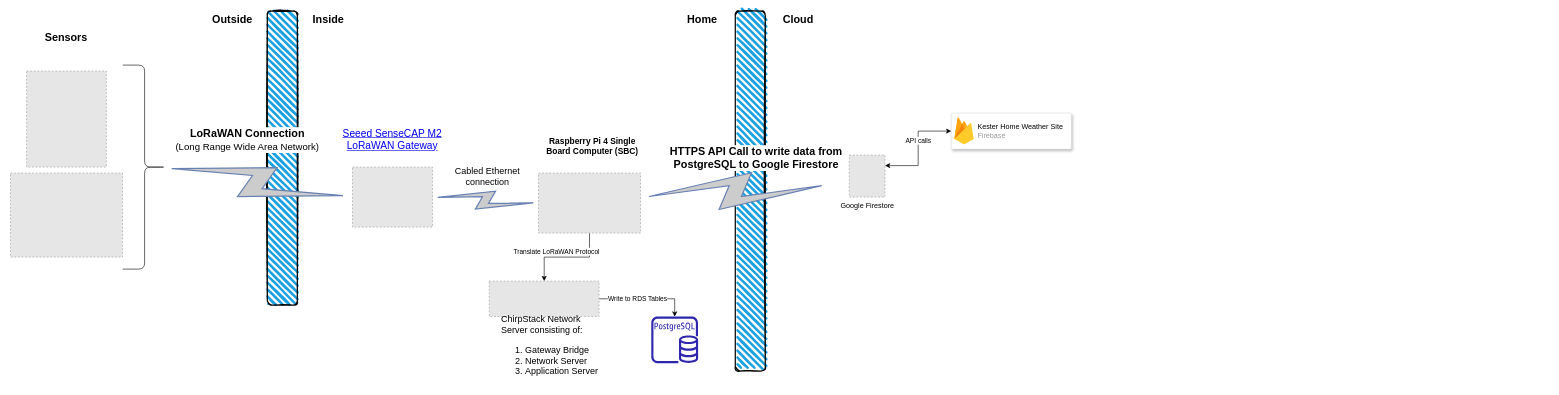
Earlier version of the draw.io diagram page "Seeed Solution" (1 of 2) of diagrams/HomeWeatherStation.drawio (nkester/Kester-Weather-Station). Source tidied: cells renumbered, new cells numbered last; positions are measured from the earlier drawing's top-left corner, leaving out a move shared by most shapes. Both pictures are drawn from the tidied source at 60%, with x=0, y=0 at pixel (10, 11). Pictures stored in the file or linked from it are replaced by grey dashed boxes.
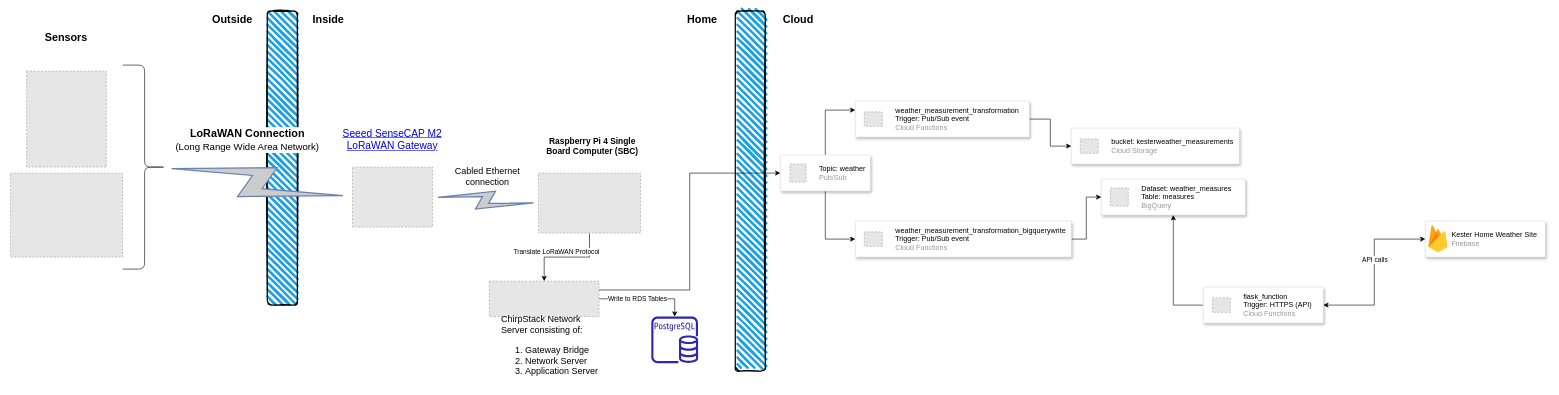
The same diagram, later.

Commit message:
Update diagram with initial GCP connections

Unchanged cells that the change refers to:
```xml
<mxCell id="25" style="fillColor=#E6E6E6;strokeColor=#999999;dashed=1;verticalLabelPosition=bottom;verticalAlign=top;" parent="24" vertex="1">
  <mxGeometry width="183" height="59" as="geometry" />
</mxCell>
```

The edit, as a diff of the source:
```diff
@@
-    <mxCell id="27" style="edgeStyle=orthogonalEdgeStyle;rounded=0;jettySize=auto;html=1;exitX=1;exitY=0.25;exitDx=0;exitDy=0;entryX=0;entryY=0.5;entryDx=0;entryDy=0;startArrow=classic;startFill=1;" parent="1" edge="1" source="29" target="35">
+    <mxCell id="27" style="edgeStyle=orthogonalEdgeStyle;rounded=0;jettySize=auto;html=1;entryX=0;entryY=0.5;entryDx=0;entryDy=0;startArrow=classic;startFill=1;exitX=1;exitY=0.5;exitDx=0;exitDy=0;" parent="1" edge="1" source="53" target="35">
       <mxGeometry relative="1" as="geometry" />
     </mxCell>
@@
-    <mxCell id="29" value="Google Firestore" style="fillColor=#E6E6E6;strokeColor=#999999;dashed=1;html=1;verticalLabelPosition=bottom;labelBackgroundColor=#ffffff;verticalAlign=top;" parent="1" vertex="1">
-      <mxGeometry x="1398" y="240" width="59.5" height="70" as="geometry" />
-    </mxCell>
@@
-    <mxCell id="33" style="html=1;outlineConnect=0;fillColor=#CCCCCC;strokeColor=#6881B3;gradientColor=none;gradientDirection=north;strokeWidth=2;shape=mxgraph.networks.comm_link_edge;html=1;rounded=0;exitX=0.1;exitY=0.5;exitDx=0;exitDy=0;exitPerimeter=0;" parent="1" edge="1">
-      <mxGeometry relative="1" as="geometry">
-        <mxPoint x="1048" y="310" as="sourcePoint" />
-        <mxPoint x="1368" y="290" as="targetPoint" />
-      </mxGeometry>
-    </mxCell>
-    <mxCell id="34" value="HTTPS API Call to write data from PostgreSQL to Google Firestore" style="text;html=1;strokeColor=none;fillColor=none;align=center;verticalAlign=middle;whiteSpace=wrap;rounded=0;fontSize=18;fontStyle=1;labelBackgroundColor=default;" parent="1" vertex="1">
-      <mxGeometry x="1098" y="230" width="290" height="30" as="geometry" />
-    </mxCell>
     <mxCell id="35" style="strokeColor=#dddddd;shadow=1;strokeWidth=1;rounded=1;absoluteArcSize=1;arcSize=2;" parent="1" vertex="1">
-      <mxGeometry x="1568" y="170" width="200" height="60" as="geometry" />
+      <mxGeometry x="2358" y="350" width="200" height="60" as="geometry" />
     </mxCell>
@@
+    <mxCell id="37" style="strokeColor=#dddddd;shadow=1;strokeWidth=1;rounded=1;absoluteArcSize=1;arcSize=2;" parent="1" vertex="1">
+      <mxGeometry x="1818" y="280" width="240" height="60" as="geometry" />
+    </mxCell>
+    <mxCell id="38" value="&lt;font color=&quot;#000000&quot;&gt;Dataset: weather_measures&lt;br&gt;Table: measures&lt;/font&gt;&lt;br&gt;BigQuery" style="fillColor=#E6E6E6;strokeColor=#999999;dashed=1;html=1;fontColor=#999999;verticalLabelPosition=middle;verticalAlign=middle;labelPosition=right;align=left;spacingLeft=20;" parent="37" vertex="1">
+      <mxGeometry width="30" height="30" relative="1" as="geometry">
+        <mxPoint x="15" y="15" as="offset" />
+      </mxGeometry>
+    </mxCell>
+    <mxCell id="39" style="edgeStyle=orthogonalEdgeStyle;rounded=0;jettySize=auto;html=1;exitX=0.5;exitY=0;exitDx=0;exitDy=0;entryX=0;entryY=0.25;entryDx=0;entryDy=0;" parent="1" edge="1" source="41" target="50">
+      <mxGeometry relative="1" as="geometry" />
+    </mxCell>
+    <mxCell id="40" style="edgeStyle=orthogonalEdgeStyle;rounded=0;jettySize=auto;html=1;exitX=0.5;exitY=1;exitDx=0;exitDy=0;entryX=0;entryY=0.5;entryDx=0;entryDy=0;" parent="1" edge="1" source="41" target="46">
+      <mxGeometry relative="1" as="geometry" />
+    </mxCell>
+    <mxCell id="41" style="strokeColor=#dddddd;shadow=1;strokeWidth=1;rounded=1;absoluteArcSize=1;arcSize=2;" parent="1" vertex="1">
+      <mxGeometry x="1283" y="240" width="150" height="60" as="geometry" />
+    </mxCell>
+    <mxCell id="42" value="&lt;font color=&quot;#000000&quot;&gt;Topic: weather&lt;/font&gt;&lt;br&gt;Pub/Sub" style="fillColor=#E6E6E6;strokeColor=#999999;dashed=1;html=1;fontColor=#999999;verticalLabelPosition=middle;verticalAlign=middle;labelPosition=right;align=left;spacingLeft=20;" parent="41" vertex="1">
+      <mxGeometry width="27" height="30" relative="1" as="geometry">
+        <mxPoint x="16" y="15" as="offset" />
+      </mxGeometry>
+    </mxCell>
+    <mxCell id="43" style="strokeColor=#dddddd;shadow=1;strokeWidth=1;rounded=1;absoluteArcSize=1;arcSize=2;" parent="1" vertex="1">
+      <mxGeometry x="1768" y="195" width="280" height="60" as="geometry" />
+    </mxCell>
+    <mxCell id="44" value="&lt;font color=&quot;#000000&quot;&gt;bucket: kesterweather_measurements&lt;/font&gt;&lt;br&gt;Cloud Storage" style="fillColor=#E6E6E6;strokeColor=#999999;dashed=1;html=1;fontColor=#999999;verticalLabelPosition=middle;verticalAlign=middle;labelPosition=right;align=left;spacingLeft=20;" parent="43" vertex="1">
+      <mxGeometry width="30" height="24" relative="1" as="geometry">
+        <mxPoint x="15" y="18" as="offset" />
+      </mxGeometry>
+    </mxCell>
+    <mxCell id="45" style="edgeStyle=orthogonalEdgeStyle;rounded=0;jettySize=auto;html=1;exitX=1;exitY=0.5;exitDx=0;exitDy=0;entryX=0;entryY=0.5;entryDx=0;entryDy=0;" parent="1" edge="1" source="46" target="37">
+      <mxGeometry relative="1" as="geometry" />
+    </mxCell>
+    <mxCell id="46" style="strokeColor=#dddddd;shadow=1;strokeWidth=1;rounded=1;absoluteArcSize=1;arcSize=2;" parent="1" vertex="1">
+      <mxGeometry x="1408" y="350" width="360" height="60" as="geometry" />
+    </mxCell>
+    <mxCell id="47" value="&lt;font color=&quot;#000000&quot;&gt;weather_measurement_transformation_bigquerywrite&lt;/font&gt;&lt;br&gt;&lt;font color=&quot;#000000&quot;&gt;Trigger: Pub/Sub event&lt;/font&gt;&lt;br&gt;Cloud Functions" style="fillColor=#E6E6E6;strokeColor=#999999;dashed=1;html=1;fontColor=#999999;verticalLabelPosition=middle;verticalAlign=middle;labelPosition=right;align=left;spacingLeft=20;" parent="46" vertex="1">
+      <mxGeometry width="30" height="24" relative="1" as="geometry">
+        <mxPoint x="15" y="18" as="offset" />
+      </mxGeometry>
+    </mxCell>
+    <mxCell id="48" style="edgeStyle=orthogonalEdgeStyle;rounded=0;jettySize=auto;html=1;exitX=1;exitY=0.25;exitDx=0;exitDy=0;entryX=0;entryY=0.5;entryDx=0;entryDy=0;" parent="1" edge="1" source="25" target="41">
+      <mxGeometry relative="1" as="geometry" />
+    </mxCell>
+    <mxCell id="49" style="edgeStyle=orthogonalEdgeStyle;rounded=0;jettySize=auto;html=1;exitX=1;exitY=0.5;exitDx=0;exitDy=0;entryX=0;entryY=0.5;entryDx=0;entryDy=0;" parent="1" edge="1" source="50" target="43">
+      <mxGeometry relative="1" as="geometry" />
+    </mxCell>
+    <mxCell id="50" style="strokeColor=#dddddd;shadow=1;strokeWidth=1;rounded=1;absoluteArcSize=1;arcSize=2;" parent="1" vertex="1">
+      <mxGeometry x="1408" y="150" width="290" height="60" as="geometry" />
+    </mxCell>
+    <mxCell id="51" value="&lt;font color=&quot;#000000&quot;&gt;weather_measurement_transformation&lt;br&gt;Trigger: Pub/Sub event&lt;/font&gt;&lt;br&gt;Cloud Functions" style="fillColor=#E6E6E6;strokeColor=#999999;dashed=1;html=1;fontColor=#999999;verticalLabelPosition=middle;verticalAlign=middle;labelPosition=right;align=left;spacingLeft=20;" parent="50" vertex="1">
+      <mxGeometry width="30" height="24" relative="1" as="geometry">
+        <mxPoint x="15" y="18" as="offset" />
+      </mxGeometry>
+    </mxCell>
+    <mxCell id="52" style="edgeStyle=orthogonalEdgeStyle;rounded=0;jettySize=auto;html=1;exitX=0;exitY=0.5;exitDx=0;exitDy=0;entryX=0.5;entryY=1;entryDx=0;entryDy=0;" parent="1" edge="1" source="53" target="37">
+      <mxGeometry relative="1" as="geometry" />
+    </mxCell>
+    <mxCell id="53" style="strokeColor=#dddddd;shadow=1;strokeWidth=1;rounded=1;absoluteArcSize=1;arcSize=2;" parent="1" vertex="1">
+      <mxGeometry x="1988" y="460" width="200" height="60" as="geometry" />
+    </mxCell>
+    <mxCell id="54" value="&lt;font color=&quot;#000000&quot;&gt;flask_function&lt;br&gt;Trigger: HTTPS (API)&lt;/font&gt;&lt;br&gt;Cloud Functions" style="fillColor=#E6E6E6;strokeColor=#999999;dashed=1;html=1;fontColor=#999999;verticalLabelPosition=middle;verticalAlign=middle;labelPosition=right;align=left;spacingLeft=20;" parent="53" vertex="1">
+      <mxGeometry width="30" height="24" relative="1" as="geometry">
+        <mxPoint x="15" y="18" as="offset" />
+      </mxGeometry>
+    </mxCell>
```
